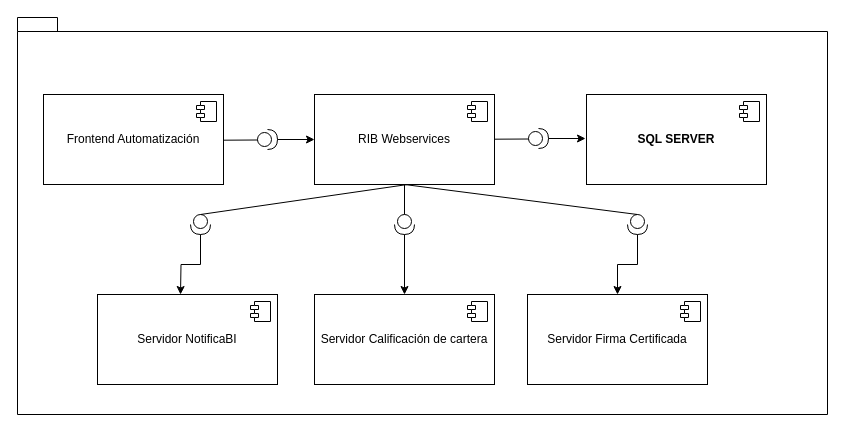
GonzaloDavid/diagramas keeps this draw.io diagram as page "Página-1" (1 of 2) of DigramaComponentes.drawio. Above is the earlier version. Source tidied: cells renumbered, new cells numbered last; positions are measured from the earlier drawing's top-left corner, leaving out a move shared by most shapes. Both pictures are drawn from the tidied source at 100%, with x=0, y=0 at pixel (17, 17).
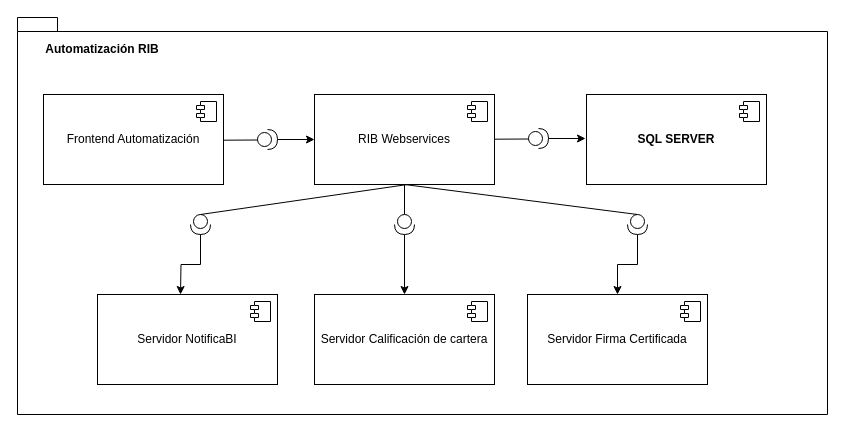
After the change.

Change to the diagram source:
```diff
@@
+    <mxCell id="30" value="&lt;b&gt;Automatización RIB&lt;/b&gt;" style="text;html=1;align=center;verticalAlign=middle;whiteSpace=wrap;rounded=0;" parent="1" vertex="1">
+      <mxGeometry x="20" y="17" width="130" height="30" as="geometry" />
+    </mxCell>
```
